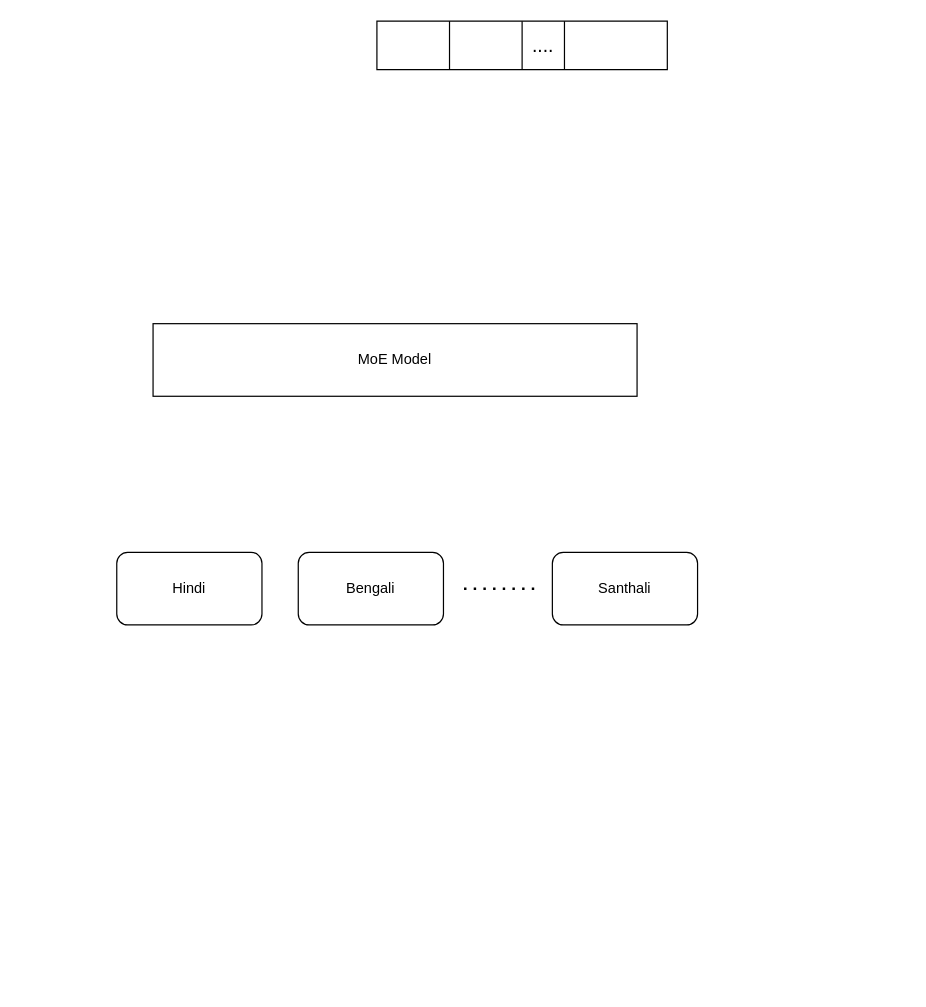
Before: continual_proposal.drawio in babangain/drawio, a draw.io diagram. Source tidied: cells renumbered, new cells numbered last; positions are measured from the earlier drawing's top-left corner, leaving out a move shared by most shapes. Both pictures are drawn from the tidied source at 121%, with x=0, y=0 at pixel (116, 21).
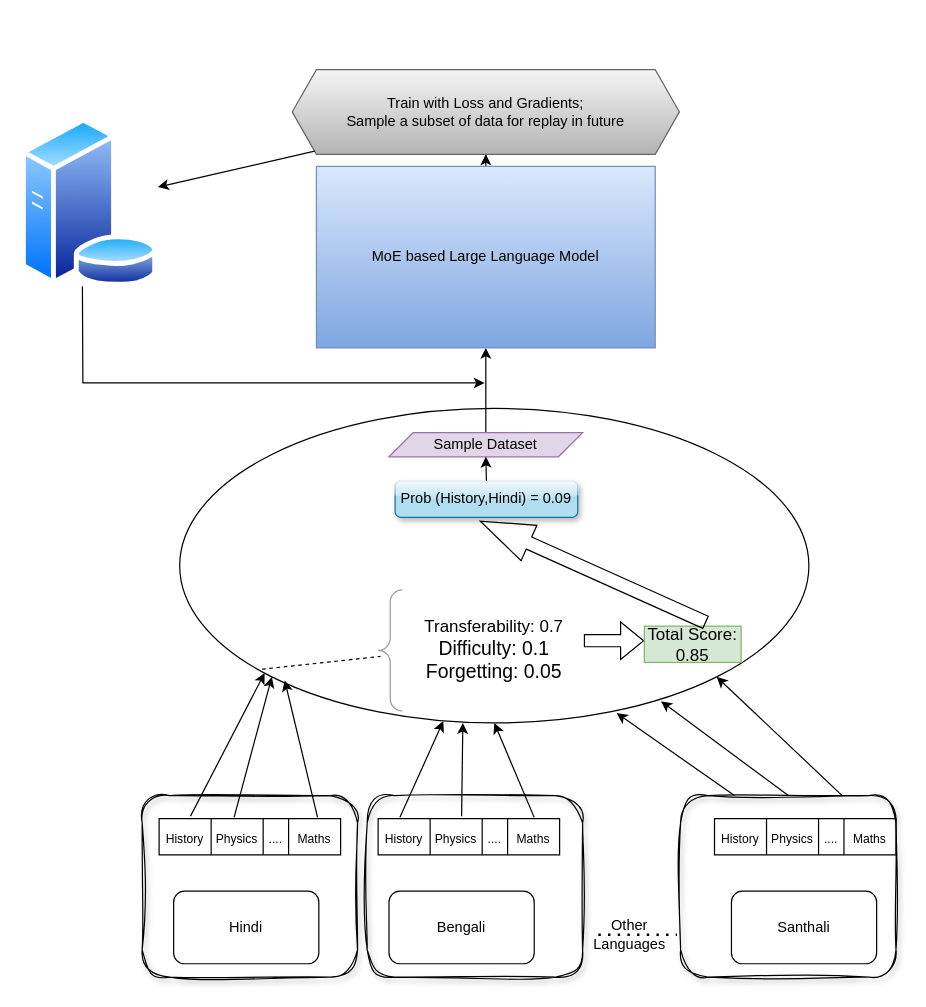
The same page after the edit.

Diff of the diagram source:
```diff
@@
-    <mxCell id="2" value="MoE Model" style="rounded=0;whiteSpace=wrap;html=1;" parent="1" vertex="1">
-      <mxGeometry x="30" y="250" width="400" height="60" as="geometry" />
-    </mxCell>
     <mxCell id="3" value="Hindi" style="rounded=1;whiteSpace=wrap;html=1;" parent="1" vertex="1">
-      <mxGeometry y="439" width="120" height="60" as="geometry" />
+      <mxGeometry x="47" y="719" width="120" height="60" as="geometry" />
     </mxCell>
     <mxCell id="4" value="Bengali" style="rounded=1;whiteSpace=wrap;html=1;" parent="1" vertex="1">
-      <mxGeometry x="150" y="439" width="120" height="60" as="geometry" />
+      <mxGeometry x="225" y="719" width="120" height="60" as="geometry" />
     </mxCell>
     <mxCell id="5" value="Santhali" style="rounded=1;whiteSpace=wrap;html=1;" parent="1" vertex="1">
-      <mxGeometry x="360" y="439" width="120" height="60" as="geometry" />
+      <mxGeometry x="508" y="719" width="120" height="60" as="geometry" />
     </mxCell>
-    <mxCell id="6" style="endArrow=none;dashed=1;html=1;dashPattern=1 3;strokeWidth=2;rounded=0;" parent="1" edge="1">
-      <mxGeometry relative="1" as="geometry">
-        <mxPoint x="287" y="469" as="sourcePoint" />
-        <mxPoint x="347" y="469" as="targetPoint" />
-      </mxGeometry>
-    </mxCell>
     <mxCell id="7" style="shape=table;startSize=0;childLayout=tableLayout;fontSize=16;" parent="1" vertex="1">
-      <mxGeometry x="215" width="240" height="40" as="geometry" />
+      <mxGeometry x="35" y="659" width="150" height="30" as="geometry" />
     </mxCell>
     <mxCell id="8" style="shape=tableRow;horizontal=0;startSize=0;swimlaneHead=0;swimlaneBody=0;strokeColor=inherit;top=0;left=0;bottom=0;right=0;fillColor=none;points=[[0,0.5],[1,0.5]];portConstraint=eastwest;fontSize=16;" parent="7" vertex="1">
-      <mxGeometry width="240" height="40" as="geometry" />
+      <mxGeometry width="150" height="30" as="geometry" />
     </mxCell>
-    <mxCell id="9" style="shape=partialRectangle;html=1;whiteSpace=wrap;strokeColor=inherit;overflow=hidden;fillColor=none;top=0;left=0;bottom=0;right=0;fontSize=16;" parent="8" vertex="1">
-      <mxGeometry width="60" height="40" as="geometry" />
+    <mxCell id="9" value="&lt;div align=&quot;center&quot;&gt;&lt;font style=&quot;font-size: 10px;&quot;&gt;History&lt;/font&gt;&lt;/div&gt;" style="shape=partialRectangle;html=1;whiteSpace=wrap;strokeColor=inherit;overflow=hidden;fillColor=none;top=0;left=0;bottom=0;right=0;fontSize=16;align=center;" parent="8" vertex="1">
+      <mxGeometry width="43" height="30" as="geometry" />
     </mxCell>
-    <mxCell id="10" style="shape=partialRectangle;html=1;whiteSpace=wrap;strokeColor=inherit;overflow=hidden;fillColor=none;top=0;left=0;bottom=0;right=0;fontSize=16;" parent="8" vertex="1">
-      <mxGeometry x="60" width="60" height="40" as="geometry" />
+    <mxCell id="10" value="&lt;font style=&quot;font-size: 10px;&quot;&gt;Physics&lt;/font&gt;" style="shape=partialRectangle;html=1;whiteSpace=wrap;strokeColor=inherit;overflow=hidden;fillColor=none;top=0;left=0;bottom=0;right=0;fontSize=16;" parent="8" vertex="1">
+      <mxGeometry x="43" width="43" height="30" as="geometry" />
     </mxCell>
-    <mxCell id="11" value="...." style="shape=partialRectangle;html=1;whiteSpace=wrap;strokeColor=inherit;overflow=hidden;fillColor=none;top=0;left=0;bottom=0;right=0;fontSize=16;" parent="8" vertex="1">
-      <mxGeometry x="120" width="35" height="40" as="geometry" />
+    <mxCell id="11" value="&lt;font style=&quot;font-size: 10px;&quot;&gt;....&lt;/font&gt;" style="shape=partialRectangle;html=1;whiteSpace=wrap;strokeColor=inherit;overflow=hidden;fillColor=none;top=0;left=0;bottom=0;right=0;fontSize=16;" parent="8" vertex="1">
+      <mxGeometry x="86" width="21" height="30" as="geometry" />
     </mxCell>
-    <mxCell id="12" style="shape=partialRectangle;html=1;whiteSpace=wrap;strokeColor=inherit;overflow=hidden;fillColor=none;top=0;left=0;bottom=0;right=0;fontSize=16;" parent="8" vertex="1">
-      <mxGeometry x="155" width="85" height="40" as="geometry" />
+    <mxCell id="12" value="&lt;font style=&quot;font-size: 10px;&quot;&gt;Maths&lt;/font&gt;" style="shape=partialRectangle;html=1;whiteSpace=wrap;strokeColor=inherit;overflow=hidden;fillColor=none;top=0;left=0;bottom=0;right=0;fontSize=16;" parent="8" vertex="1">
+      <mxGeometry x="107" width="43" height="30" as="geometry" />
     </mxCell>
+    <mxCell id="13" style="shape=table;startSize=0;childLayout=tableLayout;fontSize=16;" parent="1" vertex="1">
+      <mxGeometry x="216" y="659" width="150" height="30" as="geometry" />
+    </mxCell>
+    <mxCell id="14" style="shape=tableRow;horizontal=0;startSize=0;swimlaneHead=0;swimlaneBody=0;strokeColor=inherit;top=0;left=0;bottom=0;right=0;fillColor=none;points=[[0,0.5],[1,0.5]];portConstraint=eastwest;fontSize=16;" parent="13" vertex="1">
+      <mxGeometry width="150" height="30" as="geometry" />
+    </mxCell>
+    <mxCell id="15" value="&lt;div align=&quot;center&quot;&gt;&lt;font style=&quot;font-size: 10px;&quot;&gt;History&lt;/font&gt;&lt;/div&gt;" style="shape=partialRectangle;html=1;whiteSpace=wrap;strokeColor=inherit;overflow=hidden;fillColor=none;top=0;left=0;bottom=0;right=0;fontSize=16;align=center;" parent="14" vertex="1">
+      <mxGeometry width="43" height="30" as="geometry" />
+    </mxCell>
+    <mxCell id="16" value="&lt;font style=&quot;font-size: 10px;&quot;&gt;Physics&lt;/font&gt;" style="shape=partialRectangle;html=1;whiteSpace=wrap;strokeColor=inherit;overflow=hidden;fillColor=none;top=0;left=0;bottom=0;right=0;fontSize=16;" parent="14" vertex="1">
+      <mxGeometry x="43" width="43" height="30" as="geometry" />
+    </mxCell>
+    <mxCell id="17" value="&lt;font style=&quot;font-size: 10px;&quot;&gt;....&lt;/font&gt;" style="shape=partialRectangle;html=1;whiteSpace=wrap;strokeColor=inherit;overflow=hidden;fillColor=none;top=0;left=0;bottom=0;right=0;fontSize=16;" parent="14" vertex="1">
+      <mxGeometry x="86" width="21" height="30" as="geometry" />
+    </mxCell>
+    <mxCell id="18" value="&lt;font style=&quot;font-size: 10px;&quot;&gt;Maths&lt;/font&gt;" style="shape=partialRectangle;html=1;whiteSpace=wrap;strokeColor=inherit;overflow=hidden;fillColor=none;top=0;left=0;bottom=0;right=0;fontSize=16;" parent="14" vertex="1">
+      <mxGeometry x="107" width="43" height="30" as="geometry" />
+    </mxCell>
+    <mxCell id="19" style="shape=table;startSize=0;childLayout=tableLayout;fontSize=16;" parent="1" vertex="1">
+      <mxGeometry x="494" y="659" width="150" height="30" as="geometry" />
+    </mxCell>
+    <mxCell id="20" style="shape=tableRow;horizontal=0;startSize=0;swimlaneHead=0;swimlaneBody=0;strokeColor=inherit;top=0;left=0;bottom=0;right=0;fillColor=none;fontSize=16;" parent="19" vertex="1">
+      <mxGeometry width="150" height="30" as="geometry" />
+    </mxCell>
+    <mxCell id="21" value="&lt;div align=&quot;center&quot;&gt;&lt;font style=&quot;font-size: 10px;&quot;&gt;History&lt;/font&gt;&lt;/div&gt;" style="shape=partialRectangle;html=1;whiteSpace=wrap;strokeColor=inherit;overflow=hidden;fillColor=none;top=0;left=0;bottom=0;right=0;fontSize=16;align=center;" parent="20" vertex="1">
+      <mxGeometry width="43" height="30" as="geometry" />
+    </mxCell>
+    <mxCell id="22" value="&lt;font style=&quot;font-size: 10px;&quot;&gt;Physics&lt;/font&gt;" style="shape=partialRectangle;html=1;whiteSpace=wrap;strokeColor=inherit;overflow=hidden;fillColor=none;top=0;left=0;bottom=0;right=0;fontSize=16;" parent="20" vertex="1">
+      <mxGeometry x="43" width="43" height="30" as="geometry" />
+    </mxCell>
+    <mxCell id="23" value="&lt;font style=&quot;font-size: 10px;&quot;&gt;....&lt;/font&gt;" style="shape=partialRectangle;html=1;whiteSpace=wrap;strokeColor=inherit;overflow=hidden;fillColor=none;top=0;left=0;bottom=0;right=0;fontSize=16;" parent="20" vertex="1">
+      <mxGeometry x="86" width="21" height="30" as="geometry" />
+    </mxCell>
+    <mxCell id="24" value="&lt;font style=&quot;font-size: 10px;&quot;&gt;Maths&lt;/font&gt;" style="shape=partialRectangle;html=1;whiteSpace=wrap;strokeColor=inherit;overflow=hidden;fillColor=none;top=0;left=0;bottom=0;right=0;fontSize=16;" parent="20" vertex="1">
+      <mxGeometry x="107" width="43" height="30" as="geometry" />
+    </mxCell>
+    <mxCell id="25" value="&lt;div&gt;Other&lt;/div&gt;&lt;div&gt;Languages&lt;/div&gt;" style="text;html=1;align=center;verticalAlign=middle;whiteSpace=wrap;rounded=0;" parent="1" vertex="1">
+      <mxGeometry x="394" y="740" width="60" height="30" as="geometry" />
+    </mxCell>
+    <mxCell id="26" style="endArrow=none;dashed=1;html=1;dashPattern=1 3;strokeWidth=2;rounded=0;exitX=0;exitY=0.5;exitDx=0;exitDy=0;" parent="1" edge="1">
+      <mxGeometry relative="1" as="geometry">
+        <mxPoint x="398" y="755" as="sourcePoint" />
+        <mxPoint x="463" y="755" as="targetPoint" />
+      </mxGeometry>
+    </mxCell>
+    <mxCell id="27" value="&lt;div&gt;&lt;br&gt;&lt;/div&gt;&lt;div&gt;&lt;br&gt;&lt;/div&gt;&lt;div&gt;&lt;br&gt;&lt;/div&gt;&lt;div&gt;&lt;br&gt;&lt;/div&gt;&lt;div&gt;&lt;br&gt;&lt;/div&gt;&lt;div&gt;&lt;font style=&quot;font-size: 14px;&quot;&gt;&lt;br&gt;&lt;/font&gt;&lt;/div&gt;&lt;div&gt;&lt;font style=&quot;font-size: 14px;&quot;&gt;&lt;br&gt;&lt;/font&gt;&lt;/div&gt;&lt;div&gt;&lt;font style=&quot;font-size: 14px;&quot;&gt;&lt;br&gt;&lt;/font&gt;&lt;/div&gt;&lt;div&gt;&lt;font style=&quot;font-size: 14px;&quot;&gt;&amp;nbsp;&lt;/font&gt;&lt;/div&gt;&lt;div align=&quot;center&quot;&gt;&lt;font style=&quot;font-size: 14px;&quot;&gt;Transferability: 0.7&lt;/font&gt;&lt;/div&gt;&lt;div align=&quot;center&quot;&gt;&lt;font size=&quot;3&quot;&gt;Difficulty: 0.1&lt;/font&gt;&lt;/div&gt;&lt;div align=&quot;center&quot;&gt;&lt;font size=&quot;3&quot;&gt;Forgetting: 0.05&lt;/font&gt;&lt;/div&gt;" style="ellipse;whiteSpace=wrap;html=1;" parent="1" vertex="1">
+      <mxGeometry x="52" y="320" width="520" height="260" as="geometry" />
+    </mxCell>
+    <mxCell id="28" style="endArrow=classic;html=1;rounded=0;exitX=0.173;exitY=-0.067;exitDx=0;exitDy=0;exitPerimeter=0;entryX=0.135;entryY=0.841;entryDx=0;entryDy=0;entryPerimeter=0;" parent="1" edge="1" source="8" target="27">
+      <mxGeometry relative="1" as="geometry" />
+    </mxCell>
+    <mxCell id="29" style="endArrow=classic;html=1;rounded=0;exitX=0.413;exitY=-0.033;exitDx=0;exitDy=0;exitPerimeter=0;entryX=0;entryY=1;entryDx=0;entryDy=0;" parent="1" edge="1" source="8" target="27">
+      <mxGeometry relative="1" as="geometry" />
+    </mxCell>
+    <mxCell id="30" style="endArrow=classic;html=1;rounded=0;entryX=0.167;entryY=0.865;entryDx=0;entryDy=0;entryPerimeter=0;exitX=0.873;exitY=-0.033;exitDx=0;exitDy=0;exitPerimeter=0;" parent="1" edge="1" source="8" target="27">
+      <mxGeometry relative="1" as="geometry" />
+    </mxCell>
+    <mxCell id="31" style="endArrow=classic;html=1;rounded=0;exitX=0.12;exitY=-0.033;exitDx=0;exitDy=0;exitPerimeter=0;entryX=0.419;entryY=0.994;entryDx=0;entryDy=0;entryPerimeter=0;" parent="1" edge="1" source="14" target="27">
+      <mxGeometry relative="1" as="geometry" />
+    </mxCell>
+    <mxCell id="32" style="endArrow=classic;html=1;rounded=0;exitX=0.46;exitY=-0.067;exitDx=0;exitDy=0;exitPerimeter=0;entryX=0.427;entryY=1.018;entryDx=0;entryDy=0;entryPerimeter=0;" parent="1" edge="1" source="14">
+      <mxGeometry relative="1" as="geometry">
+        <mxPoint x="286" y="580" as="targetPoint" />
+      </mxGeometry>
+    </mxCell>
+    <mxCell id="33" style="endArrow=classic;html=1;rounded=0;entryX=0.5;entryY=1;entryDx=0;entryDy=0;exitX=0.86;exitY=-0.033;exitDx=0;exitDy=0;exitPerimeter=0;" parent="1" edge="1" source="14" target="27">
+      <mxGeometry relative="1" as="geometry" />
+    </mxCell>
+    <mxCell id="34" style="endArrow=classic;html=1;rounded=0;exitX=0.25;exitY=0;exitDx=0;exitDy=0;entryX=0.687;entryY=0.976;entryDx=0;entryDy=0;entryPerimeter=0;" parent="1" edge="1" source="54">
+      <mxGeometry relative="1" as="geometry">
+        <mxPoint x="413.2" y="571.9" as="targetPoint" />
+      </mxGeometry>
+    </mxCell>
+    <mxCell id="35" style="endArrow=classic;html=1;rounded=0;exitX=0.5;exitY=0;exitDx=0;exitDy=0;entryX=0.765;entryY=0.931;entryDx=0;entryDy=0;entryPerimeter=0;" parent="1" edge="1" source="54" target="27">
+      <mxGeometry relative="1" as="geometry" />
+    </mxCell>
+    <mxCell id="36" style="endArrow=classic;html=1;rounded=0;exitX=0.75;exitY=0;exitDx=0;exitDy=0;entryX=1;entryY=1;entryDx=0;entryDy=0;" parent="1" edge="1" source="54" target="27">
+      <mxGeometry relative="1" as="geometry" />
+    </mxCell>
+    <mxCell id="37" style="labelPosition=right;align=left;strokeWidth=1;shape=mxgraph.mockup.markup.curlyBrace;html=1;shadow=0;dashed=0;strokeColor=#999999;direction=north;" parent="1" vertex="1">
+      <mxGeometry x="216" y="470" width="20" height="100" as="geometry" />
+    </mxCell>
+    <mxCell id="38" style="endArrow=none;dashed=1;html=1;rounded=0;entryX=0.45;entryY=0.1;entryDx=0;entryDy=0;entryPerimeter=0;exitX=0.131;exitY=0.829;exitDx=0;exitDy=0;exitPerimeter=0;" parent="1" edge="1" source="27" target="37">
+      <mxGeometry relative="1" as="geometry" />
+    </mxCell>
+    <mxCell id="39" style="shape=flexArrow;endArrow=classic;html=1;rounded=0;entryX=0.769;entryY=0.647;entryDx=0;entryDy=0;entryPerimeter=0;exitX=0.673;exitY=0.647;exitDx=0;exitDy=0;exitPerimeter=0;" parent="1" edge="1">
+      <mxGeometry relative="1" as="geometry">
+        <mxPoint x="386" y="512" as="sourcePoint" />
+        <mxPoint x="435.9" y="512" as="targetPoint" />
+      </mxGeometry>
+    </mxCell>
+    <mxCell id="40" value="&lt;font style=&quot;font-size: 14px;&quot;&gt;Total Score: 0.85&lt;/font&gt;" style="text;html=1;align=center;verticalAlign=middle;whiteSpace=wrap;rounded=0;fillColor=#d5e8d4;strokeColor=#82b366;" parent="1" vertex="1">
+      <mxGeometry x="436" y="500" width="80" height="30" as="geometry" />
+    </mxCell>
+    <mxCell id="41" style="shape=flexArrow;endArrow=classic;html=1;rounded=0;entryX=0.603;entryY=0.933;entryDx=0;entryDy=0;entryPerimeter=0;width=11;endSize=14.37;exitX=0.638;exitY=-0.1;exitDx=0;exitDy=0;exitPerimeter=0;" parent="1" edge="1" source="40">
+      <mxGeometry relative="1" as="geometry">
+        <mxPoint x="300" y="413" as="targetPoint" />
+      </mxGeometry>
+    </mxCell>
+    <mxCell id="42" value="Prob (History,Hindi) = 0.09" style="text;html=1;align=center;verticalAlign=middle;whiteSpace=wrap;rounded=1;glass=1;strokeColor=#10739e;shadow=1;fillColor=#b1ddf0;" parent="1" vertex="1">
+      <mxGeometry x="230" y="380" width="151" height="30" as="geometry" />
+    </mxCell>
+    <mxCell id="43" style="edgeStyle=orthogonalEdgeStyle;rounded=0;jettySize=auto;html=1;" parent="1" edge="1" source="44" target="47">
+      <mxGeometry relative="1" as="geometry" />
+    </mxCell>
+    <mxCell id="44" value="Sample Dataset" style="shape=parallelogram;perimeter=parallelogramPerimeter;whiteSpace=wrap;html=1;fixedSize=1;fillColor=#e1d5e7;strokeColor=#9673a6;" parent="1" vertex="1">
+      <mxGeometry x="225" y="340" width="160" height="20" as="geometry" />
+    </mxCell>
+    <mxCell id="45" style="endArrow=classic;html=1;rounded=0;exitX=0.5;exitY=0;exitDx=0;exitDy=0;entryX=0.5;entryY=1;entryDx=0;entryDy=0;" parent="1" edge="1" source="42" target="44">
+      <mxGeometry relative="1" as="geometry" />
+    </mxCell>
+    <mxCell id="46" style="edgeStyle=orthogonalEdgeStyle;rounded=0;jettySize=auto;html=1;" parent="1" edge="1" source="47" target="48">
+      <mxGeometry relative="1" as="geometry" />
+    </mxCell>
+    <mxCell id="47" value="MoE based Large Language Model" style="rounded=0;whiteSpace=wrap;html=1;fillColor=#dae8fc;strokeColor=#6c8ebf;gradientColor=#7ea6e0;" parent="1" vertex="1">
+      <mxGeometry x="165" y="120" width="280" height="150" as="geometry" />
+    </mxCell>
+    <mxCell id="48" value="&lt;div&gt;Train with Loss and Gradients;&lt;br&gt;Sample a subset of data for replay in future&lt;/div&gt;" style="shape=hexagon;perimeter=hexagonPerimeter2;whiteSpace=wrap;html=1;fixedSize=1;fillColor=#f5f5f5;gradientColor=#b3b3b3;strokeColor=#666666;" parent="1" vertex="1">
+      <mxGeometry x="145" y="40" width="320" height="70" as="geometry" />
+    </mxCell>
+    <mxCell id="49" style="image;perimeter=ellipsePerimeter;html=1;align=center;shadow=0;dashed=0;spacingTop=3;image=img/lib/active_directory/database_server.svg;" parent="1" vertex="1">
+      <mxGeometry x="-79.8" y="80" width="114.8" height="140" as="geometry" />
+    </mxCell>
+    <mxCell id="50" style="endArrow=classic;html=1;rounded=0;" parent="1" edge="1" source="48" target="49">
+      <mxGeometry relative="1" as="geometry" />
+    </mxCell>
+    <mxCell id="51" style="endArrow=classic;html=1;rounded=0;exitX=0.5;exitY=1;exitDx=0;exitDy=0;" parent="1" edge="1">
+      <mxGeometry relative="1" as="geometry">
+        <mxPoint x="-28.4" y="219" as="sourcePoint" />
+        <mxPoint x="304" y="299" as="targetPoint" />
+        <Array as="points">
+          <mxPoint x="-28" y="299" />
+        </Array>
+      </mxGeometry>
+    </mxCell>
+    <mxCell id="52" style="rounded=1;whiteSpace=wrap;html=1;fillColor=none;fillStyle=zigzag-line;sketch=1;curveFitting=1;jiggle=2;shadow=1;glass=1;" parent="1" vertex="1">
+      <mxGeometry x="21" y="640" width="178" height="150" as="geometry" />
+    </mxCell>
+    <mxCell id="53" style="rounded=1;whiteSpace=wrap;html=1;fillColor=none;fillStyle=zigzag-line;sketch=1;curveFitting=1;jiggle=2;shadow=1;glass=1;" parent="1" vertex="1">
+      <mxGeometry x="207" y="640" width="178" height="150" as="geometry" />
+    </mxCell>
+    <mxCell id="54" style="rounded=1;whiteSpace=wrap;html=1;fillColor=none;fillStyle=zigzag-line;sketch=1;curveFitting=1;jiggle=2;shadow=1;glass=1;" parent="1" vertex="1">
+      <mxGeometry x="466" y="640" width="178" height="150" as="geometry" />
+    </mxCell>
```
